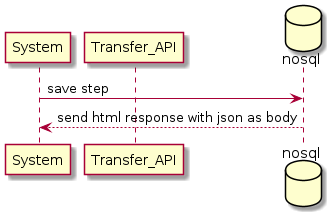
sadeeqilu/JsonToXML keeps this PlantUML diagram as out/src/doc/db/db.png. Above is the earlier version. Its diagram source:
```plantuml
@startuml
!startsub DB
participant System
participant Transfer_API
database nosql
System -> nosql : save step
nosql --> System : send html response with json as body
!endsub
@enduml
```
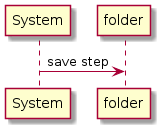
The same diagram one commit later.

Change to the diagram source:
```diff
@@ -1,9 +1,7 @@
 @startuml
 !startsub DB
 participant System
-participant Transfer_API
-database nosql
-System -> nosql : save step
-nosql --> System : send html response with json as body
+participant folder
+System -> folder : save step
 !endsub
 @enduml
```
